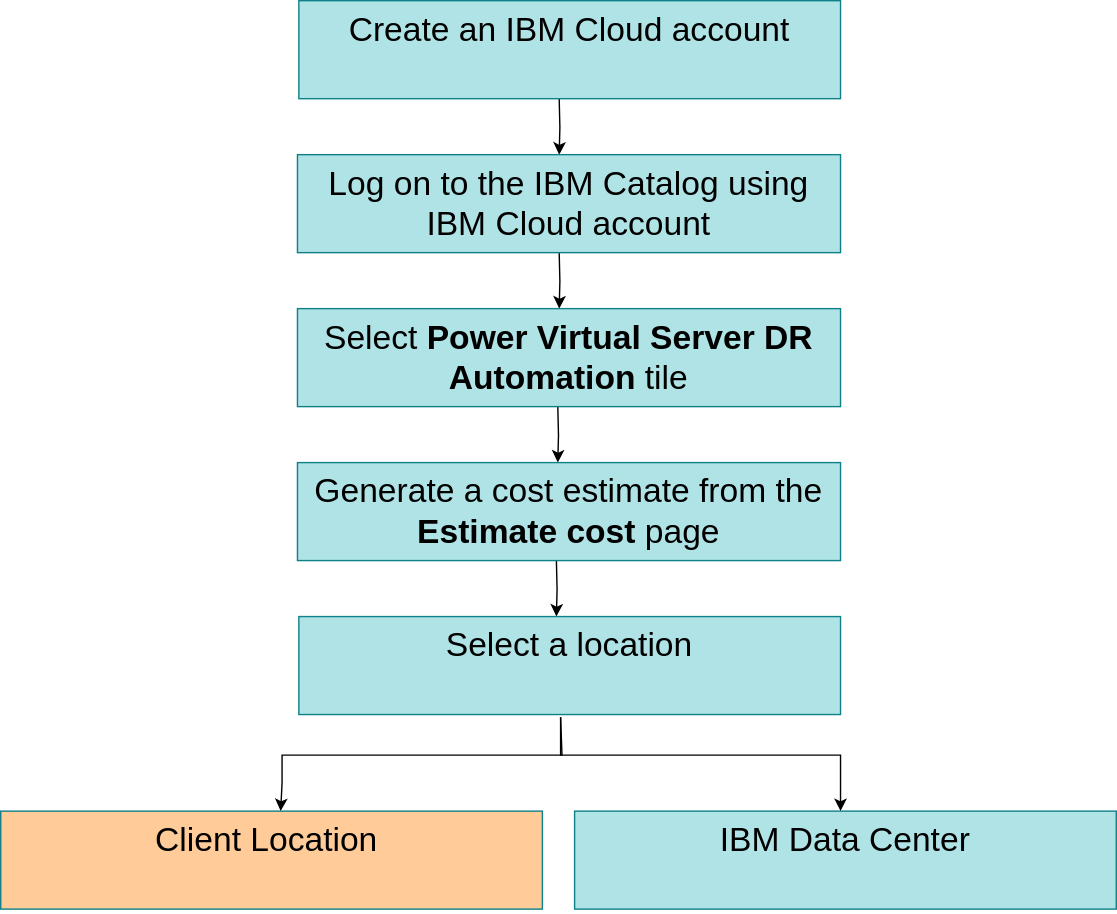
ibm-cloud-docs/dr-automation-powervs keeps this draw.io diagram as images/life-Cycle-public-private.svg. Above is the earlier version. Source tidied: cells renumbered, new cells last; positions are measured from the earlier drawing's top-left corner, leaving out a move shared by most shapes. Its diagram source:
```xml
<mxGraphModel>
  <root>
    <mxCell id="0" />
    <mxCell id="1" parent="0" />
    <mxCell id="2" style="edgeStyle=orthogonalEdgeStyle;rounded=0;orthogonalLoop=1;jettySize=auto;html=1;" parent="1" edge="1">
      <mxGeometry relative="1" as="geometry">
        <mxPoint x="399" y="70" as="sourcePoint" />
        <mxPoint x="399" y="110" as="targetPoint" />
      </mxGeometry>
    </mxCell>
    <mxCell id="3" style="edgeStyle=orthogonalEdgeStyle;rounded=0;orthogonalLoop=1;jettySize=auto;html=1;" parent="1" edge="1">
      <mxGeometry relative="1" as="geometry">
        <mxPoint x="399" y="180" as="sourcePoint" />
        <mxPoint x="399" y="220" as="targetPoint" />
      </mxGeometry>
    </mxCell>
    <mxCell id="4" style="edgeStyle=orthogonalEdgeStyle;rounded=0;orthogonalLoop=1;jettySize=auto;html=1;" parent="1" edge="1">
      <mxGeometry relative="1" as="geometry">
        <mxPoint x="398" y="290" as="sourcePoint" />
        <mxPoint x="398" y="330" as="targetPoint" />
      </mxGeometry>
    </mxCell>
    <mxCell id="5" style="edgeStyle=orthogonalEdgeStyle;rounded=0;orthogonalLoop=1;jettySize=auto;html=1;" parent="1" edge="1">
      <mxGeometry relative="1" as="geometry">
        <mxPoint x="397" y="400" as="sourcePoint" />
        <mxPoint x="397" y="440" as="targetPoint" />
      </mxGeometry>
    </mxCell>
    <mxCell id="6" value="&lt;font style=&quot;font-size: 24px;&quot;&gt;Log on to the IBM Catalog using IBM Cloud account&lt;/font&gt;" style="text;html=1;whiteSpace=wrap;overflow=hidden;rounded=0;fillColor=#b0e3e6;strokeColor=#0e8088;align=center;" parent="1" vertex="1">
      <mxGeometry x="212" y="110" width="388" height="70" as="geometry" />
    </mxCell>
    <mxCell id="7" value="&lt;font style=&quot;font-size: 24px;&quot;&gt;Select &lt;b style=&quot;&quot;&gt;Power Virtual Server DR Automation&lt;/b&gt;&amp;nbsp;tile&lt;/font&gt;" style="text;html=1;whiteSpace=wrap;overflow=hidden;rounded=0;fillColor=#b0e3e6;strokeColor=#0e8088;align=center;" parent="1" vertex="1">
      <mxGeometry x="212" y="220" width="388" height="70" as="geometry" />
    </mxCell>
    <mxCell id="8" value="&lt;font style=&quot;font-size: 24px;&quot;&gt;Select a location&lt;/font&gt;" style="text;html=1;whiteSpace=wrap;overflow=hidden;rounded=0;fillColor=#b0e3e6;strokeColor=#0e8088;align=center;" parent="1" vertex="1">
      <mxGeometry x="213" y="440" width="387" height="70" as="geometry" />
    </mxCell>
    <mxCell id="9" value="&lt;font style=&quot;font-size: 24px;&quot;&gt;Create an IBM Cloud account&lt;/font&gt;" style="text;html=1;whiteSpace=wrap;overflow=hidden;rounded=0;fillColor=#b0e3e6;strokeColor=#0e8088;align=center;" parent="1" vertex="1">
      <mxGeometry x="213" width="387" height="70" as="geometry" />
    </mxCell>
    <mxCell id="10" value="&lt;font style=&quot;font-size: 24px;&quot;&gt;Generate a cost estimate from the &lt;b style=&quot;&quot;&gt;Estimate cost&lt;/b&gt; page&lt;/font&gt;" style="text;html=1;whiteSpace=wrap;overflow=hidden;rounded=0;fillColor=#b0e3e6;strokeColor=#0e8088;align=center;" parent="1" vertex="1">
      <mxGeometry x="212" y="330" width="388" height="70" as="geometry" />
    </mxCell>
    <mxCell id="11" value="&lt;font style=&quot;font-size: 24px;&quot;&gt;IBM Data Center&lt;/font&gt;" style="text;html=1;whiteSpace=wrap;overflow=hidden;rounded=0;fillColor=#b0e3e6;strokeColor=#0e8088;align=center;" parent="1" vertex="1">
      <mxGeometry x="410" y="579" width="387" height="70" as="geometry" />
    </mxCell>
    <mxCell id="12" value="&lt;font style=&quot;font-size: 24px;&quot;&gt;Client Location&amp;nbsp;&lt;/font&gt;" style="text;html=1;whiteSpace=wrap;overflow=hidden;rounded=0;fillColor=#FFCC99;strokeColor=#0e8088;align=center;" parent="1" vertex="1">
      <mxGeometry y="579" width="387" height="70" as="geometry" />
    </mxCell>
    <mxCell id="13" style="endArrow=classic;html=1;rounded=0;" parent="1" edge="1">
      <mxGeometry relative="1" as="geometry">
        <mxPoint x="400" y="512" as="sourcePoint" />
        <mxPoint x="200" y="579" as="targetPoint" />
        <Array as="points">
          <mxPoint x="401" y="539" />
          <mxPoint x="201" y="539" />
          <mxPoint x="201" y="559" />
        </Array>
      </mxGeometry>
    </mxCell>
    <mxCell id="14" style="endArrow=classic;html=1;rounded=0;" parent="1" edge="1">
      <mxGeometry relative="1" as="geometry">
        <mxPoint x="400" y="512" as="sourcePoint" />
        <mxPoint x="600" y="579" as="targetPoint" />
        <Array as="points">
          <mxPoint x="400" y="539" />
          <mxPoint x="600" y="539" />
        </Array>
      </mxGeometry>
    </mxCell>
  </root>
</mxGraphModel>
```
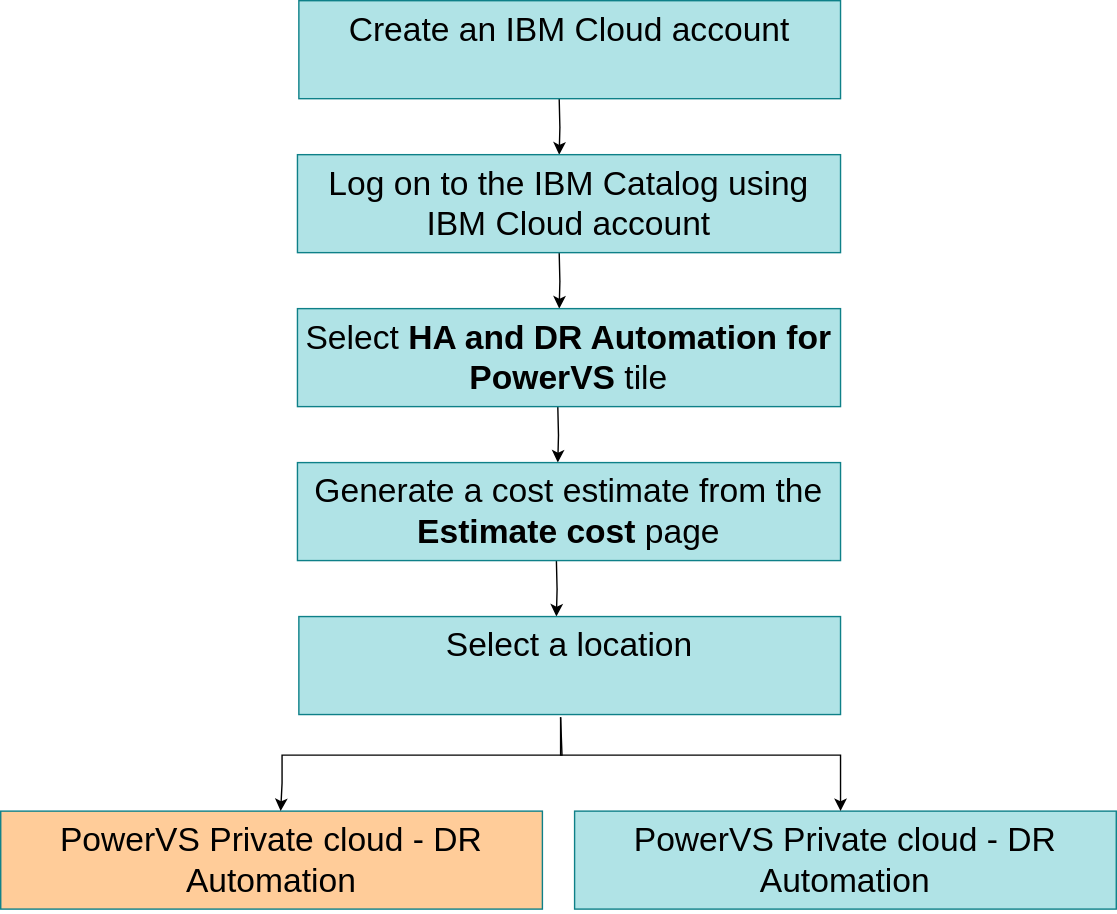
The same diagram one commit later.

What changed in the source:
```diff
@@ -29,7 +29,7 @@
     <mxCell id="6" value="&lt;font style=&quot;font-size: 24px;&quot;&gt;Log on to the IBM Catalog using IBM Cloud account&lt;/font&gt;" style="text;html=1;whiteSpace=wrap;overflow=hidden;rounded=0;fillColor=#b0e3e6;strokeColor=#0e8088;align=center;" parent="1" vertex="1">
       <mxGeometry x="212" y="110" width="388" height="70" as="geometry" />
     </mxCell>
-    <mxCell id="7" value="&lt;font style=&quot;font-size: 24px;&quot;&gt;Select &lt;b style=&quot;&quot;&gt;Power Virtual Server DR Automation&lt;/b&gt;&amp;nbsp;tile&lt;/font&gt;" style="text;html=1;whiteSpace=wrap;overflow=hidden;rounded=0;fillColor=#b0e3e6;strokeColor=#0e8088;align=center;" parent="1" vertex="1">
+    <mxCell id="7" value="&lt;font style=&quot;font-size: 24px;&quot;&gt;Select &lt;b&gt;HA and&lt;/b&gt; &lt;b style=&quot;&quot;&gt;DR Automation for PowerVS&amp;nbsp;&lt;/b&gt;tile&lt;/font&gt;" style="text;html=1;whiteSpace=wrap;overflow=hidden;rounded=0;fillColor=#b0e3e6;strokeColor=#0e8088;align=center;" parent="1" vertex="1">
       <mxGeometry x="212" y="220" width="388" height="70" as="geometry" />
     </mxCell>
     <mxCell id="8" value="&lt;font style=&quot;font-size: 24px;&quot;&gt;Select a location&lt;/font&gt;" style="text;html=1;whiteSpace=wrap;overflow=hidden;rounded=0;fillColor=#b0e3e6;strokeColor=#0e8088;align=center;" parent="1" vertex="1">
@@ -41,10 +41,10 @@
     <mxCell id="10" value="&lt;font style=&quot;font-size: 24px;&quot;&gt;Generate a cost estimate from the &lt;b style=&quot;&quot;&gt;Estimate cost&lt;/b&gt; page&lt;/font&gt;" style="text;html=1;whiteSpace=wrap;overflow=hidden;rounded=0;fillColor=#b0e3e6;strokeColor=#0e8088;align=center;" parent="1" vertex="1">
       <mxGeometry x="212" y="330" width="388" height="70" as="geometry" />
     </mxCell>
-    <mxCell id="11" value="&lt;font style=&quot;font-size: 24px;&quot;&gt;IBM Data Center&lt;/font&gt;" style="text;html=1;whiteSpace=wrap;overflow=hidden;rounded=0;fillColor=#b0e3e6;strokeColor=#0e8088;align=center;" parent="1" vertex="1">
+    <mxCell id="11" value="&lt;span style=&quot;font-size: 24px;&quot;&gt;PowerVS Private cloud - DR Automation&lt;/span&gt;" style="text;html=1;whiteSpace=wrap;overflow=hidden;rounded=0;fillColor=#b0e3e6;strokeColor=#0e8088;align=center;" parent="1" vertex="1">
       <mxGeometry x="410" y="579" width="387" height="70" as="geometry" />
     </mxCell>
-    <mxCell id="12" value="&lt;font style=&quot;font-size: 24px;&quot;&gt;Client Location&amp;nbsp;&lt;/font&gt;" style="text;html=1;whiteSpace=wrap;overflow=hidden;rounded=0;fillColor=#FFCC99;strokeColor=#0e8088;align=center;" parent="1" vertex="1">
+    <mxCell id="12" value="&lt;div style=&quot;text-align: center;&quot;&gt;&lt;span style=&quot;font-size: 24px;&quot;&gt;PowerVS Private cloud - DR Automation&lt;/span&gt;&lt;/div&gt;" style="text;html=1;whiteSpace=wrap;overflow=hidden;rounded=0;fillColor=#FFCC99;strokeColor=#0e8088;align=center;" parent="1" vertex="1">
       <mxGeometry y="579" width="387" height="70" as="geometry" />
     </mxCell>
     <mxCell id="13" style="endArrow=classic;html=1;rounded=0;" parent="1" edge="1">
```
